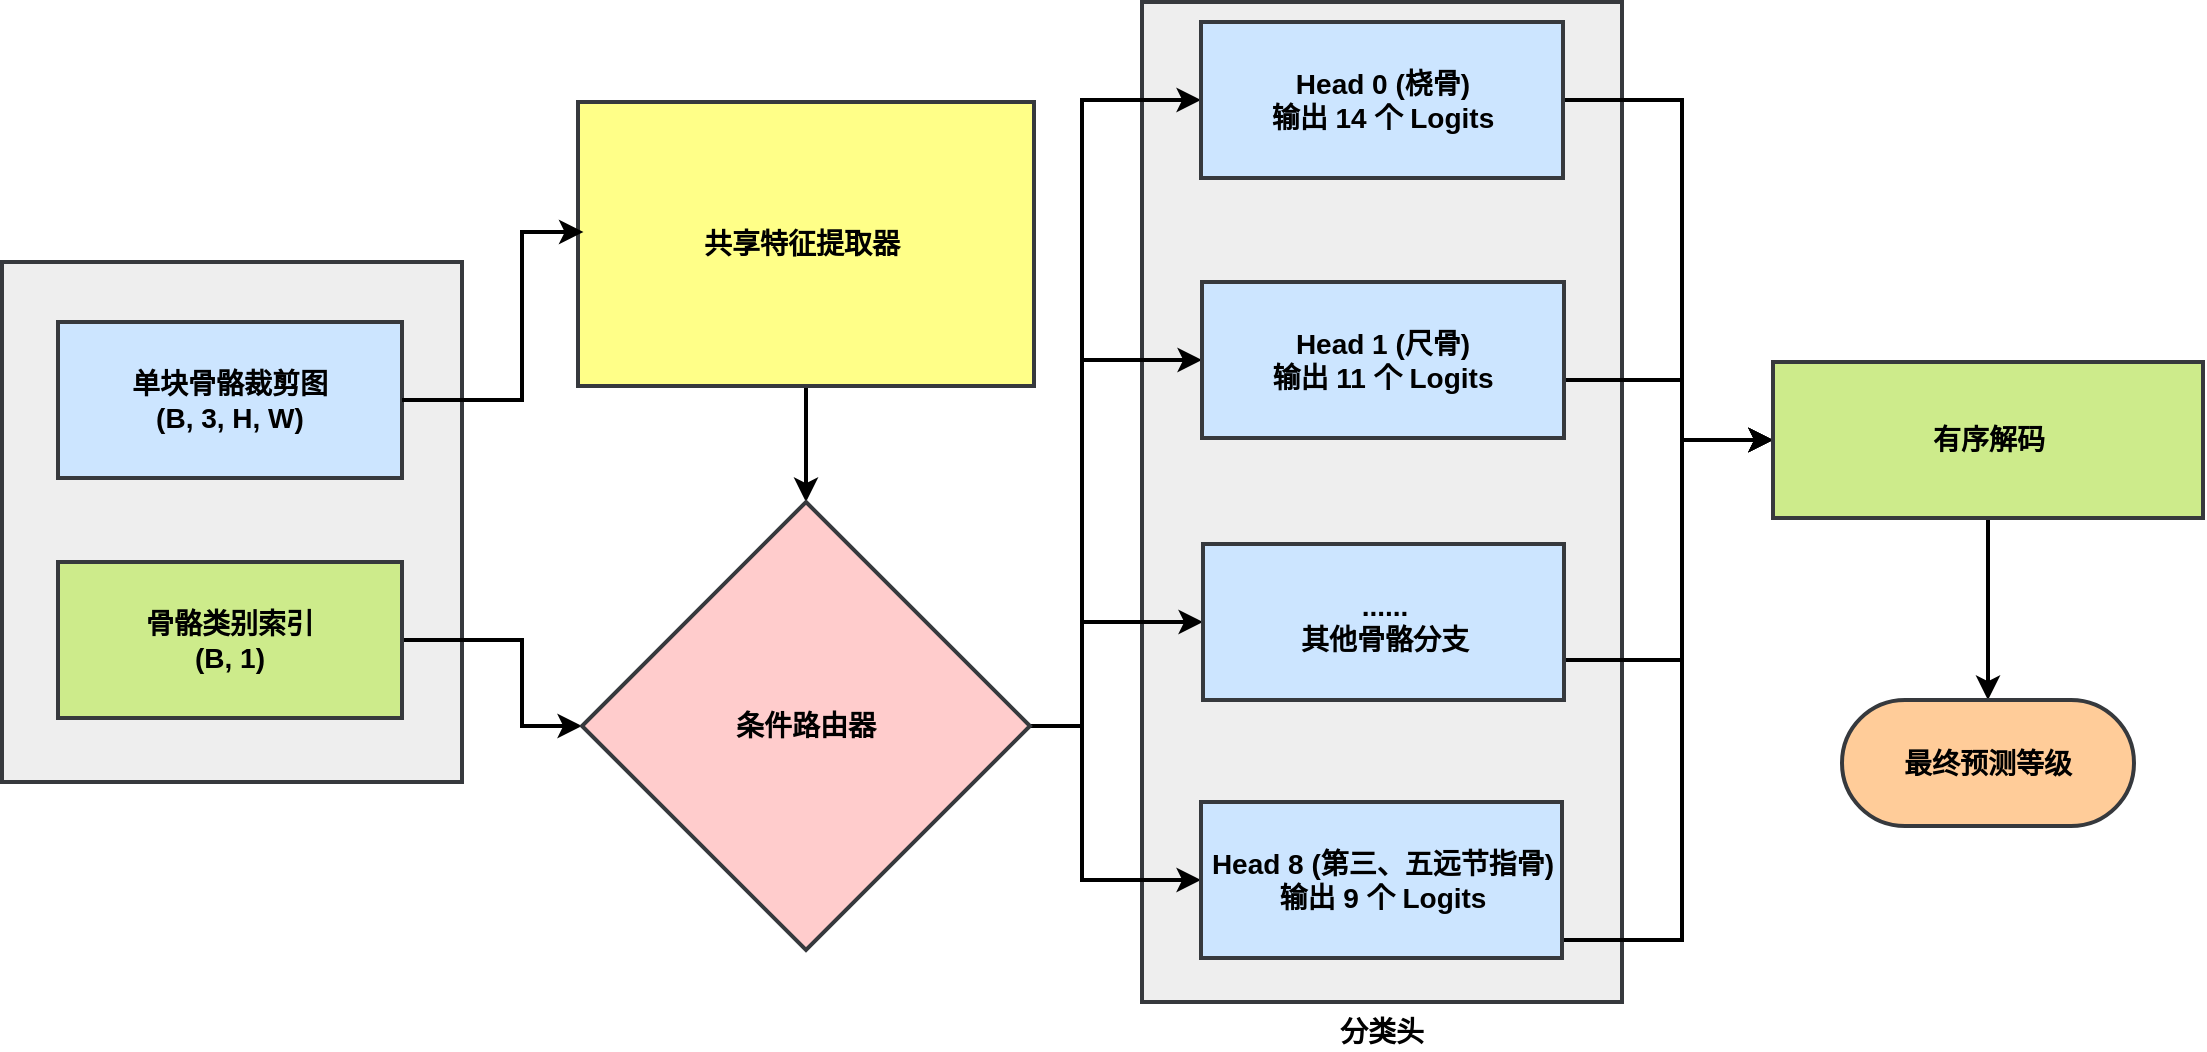
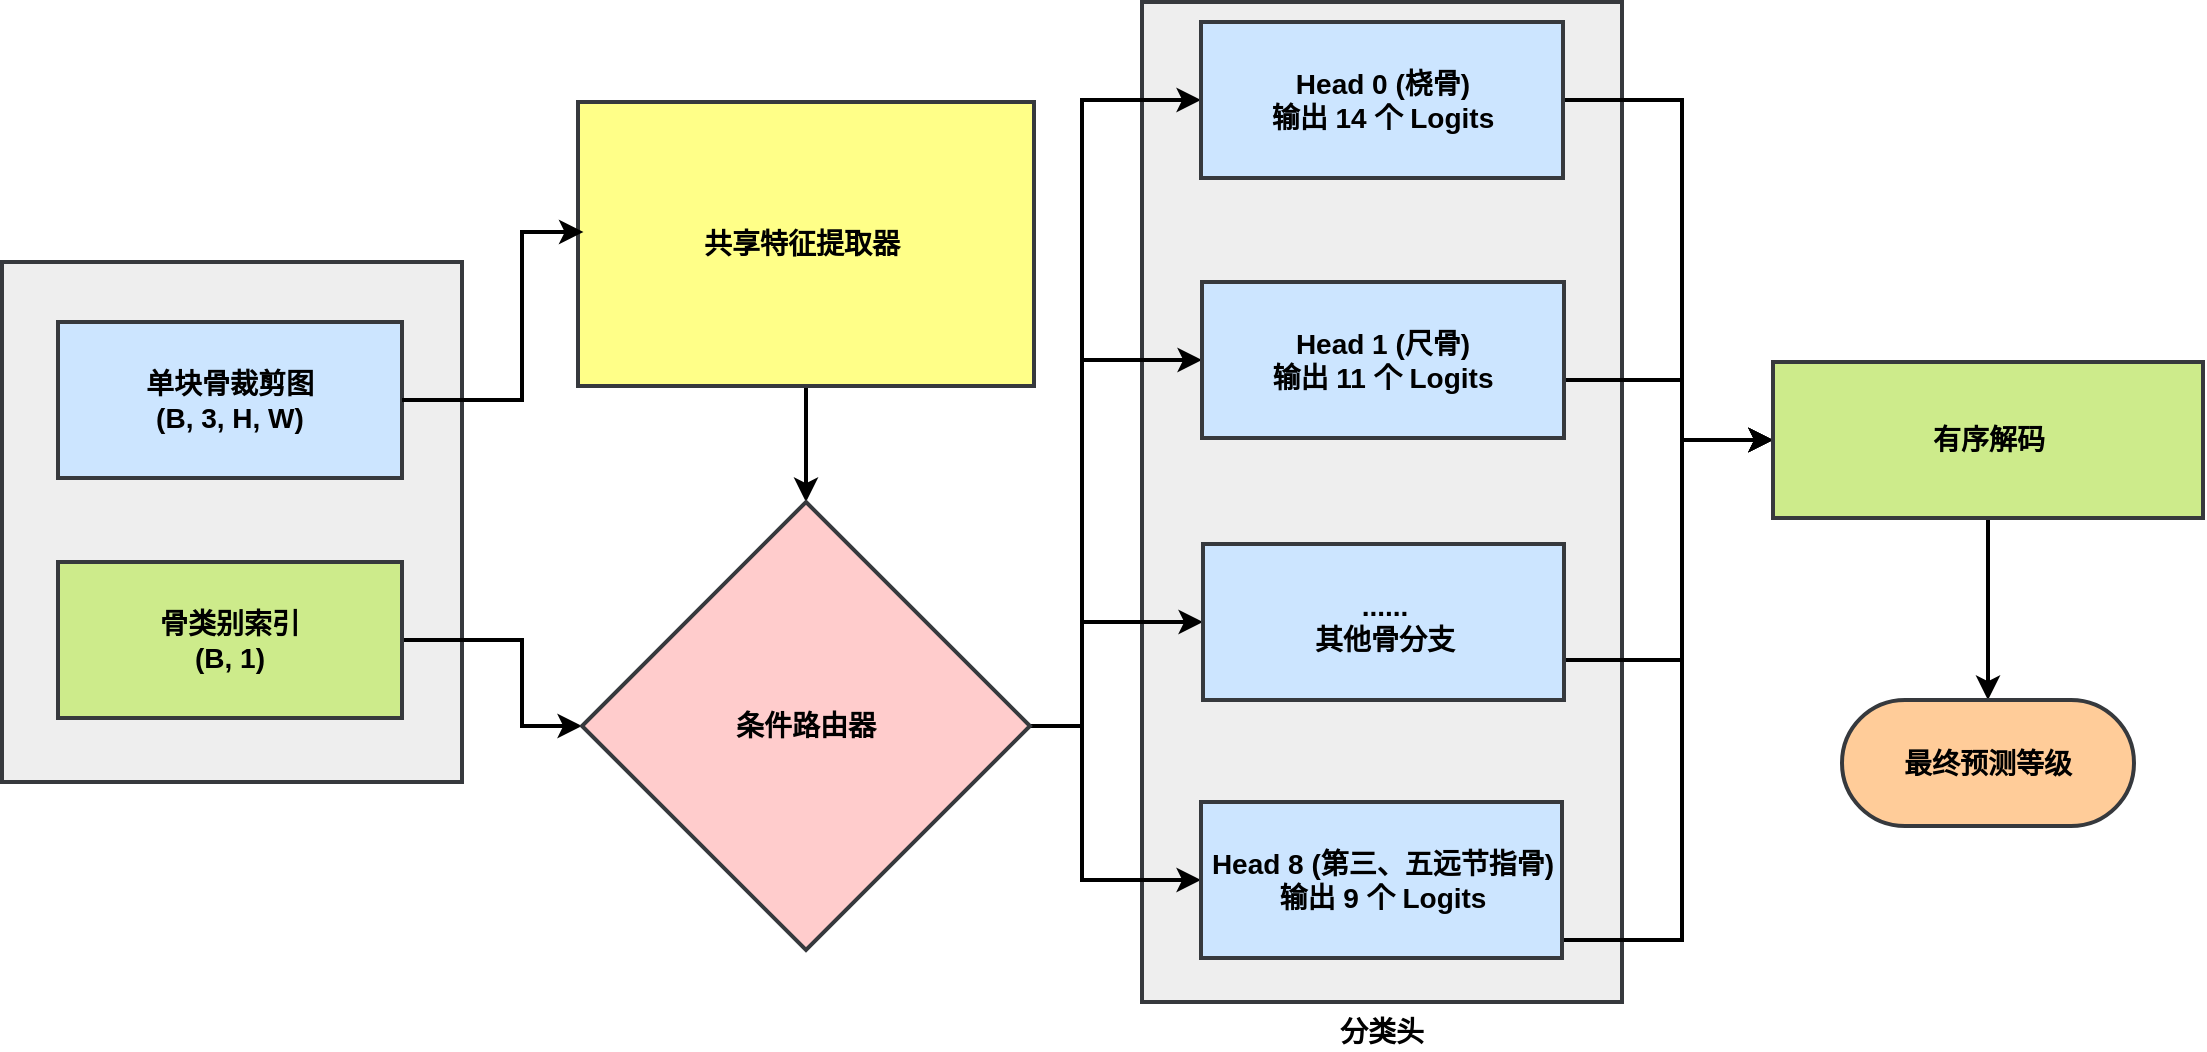
<mxfile host="app.diagrams.net" agent="Mozilla/5.0 (Windows NT 10.0; Win64; x64) AppleWebKit/537.36 (KHTML, like Gecko) Chrome/145.0.0.0 Safari/537.36 Edg/145.0.0.0">
  <diagram name="第 1 页" id="wNQ6skVG3uv7TqfgMKrN">
    <mxGraphModel dx="2008" dy="1148" grid="1" gridSize="10" guides="1" tooltips="1" connect="1" arrows="1" fold="1" page="1" pageScale="1" pageWidth="827" pageHeight="1169" math="0" shadow="0">
      <root>
        <mxCell id="0" />
        <mxCell id="1" parent="0" />
        <mxCell id="AShD6QDHyPjso4tdWyBt-2" parent="1" style="whiteSpace=wrap;strokeWidth=2;fillColor=#eeeeee;strokeColor=#36393d;fontSize=14;fontStyle=1;labelPosition=center;verticalLabelPosition=bottom;align=center;verticalAlign=top;" value="分类头" vertex="1">
          <mxGeometry height="500" width="240" x="850" y="820" as="geometry" />
        </mxCell>
        <mxCell id="AShD6QDHyPjso4tdWyBt-3" parent="1" style="whiteSpace=wrap;strokeWidth=2;fillColor=#eeeeee;strokeColor=#36393d;" value="" vertex="1">
          <mxGeometry height="260" width="230" x="280" y="950" as="geometry" />
        </mxCell>
-         <mxCell id="AShD6QDHyPjso4tdWyBt-4" parent="1" style="whiteSpace=wrap;strokeWidth=2;fillColor=#cce5ff;strokeColor=#36393d;fontStyle=1;fontSize=14;" value="单块骨骼裁剪图&#xa;(B, 3, H, W)" vertex="1">
+         <mxCell id="AShD6QDHyPjso4tdWyBt-4" parent="1" style="whiteSpace=wrap;strokeWidth=2;fillColor=#cce5ff;strokeColor=#36393d;fontStyle=1;fontSize=14;" value="单块骨裁剪图&#xa;(B, 3, H, W)" vertex="1">
          <mxGeometry height="78" width="172" x="308" y="980" as="geometry" />
        </mxCell>
        <mxCell id="AShD6QDHyPjso4tdWyBt-36" edge="1" parent="1" source="AShD6QDHyPjso4tdWyBt-5" style="edgeStyle=orthogonalEdgeStyle;rounded=0;orthogonalLoop=1;jettySize=auto;html=1;entryX=0;entryY=0.5;entryDx=0;entryDy=0;strokeWidth=2;" target="AShD6QDHyPjso4tdWyBt-7">
          <mxGeometry relative="1" as="geometry">
            <Array as="points">
              <mxPoint x="540" y="1139" />
              <mxPoint x="540" y="1182" />
            </Array>
          </mxGeometry>
        </mxCell>
-         <mxCell id="AShD6QDHyPjso4tdWyBt-5" parent="1" style="whiteSpace=wrap;strokeWidth=2;fillColor=#cdeb8b;strokeColor=#36393d;fontSize=14;fontStyle=1" value="骨骼类别索引&#xa;(B, 1)" vertex="1">
+         <mxCell id="AShD6QDHyPjso4tdWyBt-5" parent="1" style="whiteSpace=wrap;strokeWidth=2;fillColor=#cdeb8b;strokeColor=#36393d;fontSize=14;fontStyle=1" value="骨类别索引&#xa;(B, 1)" vertex="1">
          <mxGeometry height="78" width="172" x="308" y="1100" as="geometry" />
        </mxCell>
        <mxCell id="AShD6QDHyPjso4tdWyBt-37" edge="1" parent="1" source="AShD6QDHyPjso4tdWyBt-6" style="edgeStyle=orthogonalEdgeStyle;rounded=0;orthogonalLoop=1;jettySize=auto;html=1;exitX=0.5;exitY=1;exitDx=0;exitDy=0;entryX=0.5;entryY=0;entryDx=0;entryDy=0;strokeWidth=2;" target="AShD6QDHyPjso4tdWyBt-7">
          <mxGeometry relative="1" as="geometry" />
        </mxCell>
        <mxCell id="AShD6QDHyPjso4tdWyBt-6" parent="1" style="whiteSpace=wrap;strokeWidth=2;fontStyle=1;fontSize=14;fillColor=#ffff88;strokeColor=#36393d;" value="共享特征提取器 " vertex="1">
          <mxGeometry height="142" width="228" x="568" y="870" as="geometry" />
        </mxCell>
        <mxCell id="AShD6QDHyPjso4tdWyBt-38" edge="1" parent="1" source="AShD6QDHyPjso4tdWyBt-7" style="edgeStyle=orthogonalEdgeStyle;rounded=0;orthogonalLoop=1;jettySize=auto;html=1;exitX=1;exitY=0.5;exitDx=0;exitDy=0;entryX=0;entryY=0.5;entryDx=0;entryDy=0;strokeWidth=2;" target="AShD6QDHyPjso4tdWyBt-8">
          <mxGeometry relative="1" as="geometry">
            <Array as="points">
              <mxPoint x="820" y="1182" />
              <mxPoint x="820" y="869" />
            </Array>
          </mxGeometry>
        </mxCell>
        <mxCell id="AShD6QDHyPjso4tdWyBt-39" edge="1" parent="1" source="AShD6QDHyPjso4tdWyBt-7" style="edgeStyle=orthogonalEdgeStyle;rounded=0;orthogonalLoop=1;jettySize=auto;html=1;exitX=1;exitY=0.5;exitDx=0;exitDy=0;entryX=0;entryY=0.5;entryDx=0;entryDy=0;strokeWidth=2;" target="AShD6QDHyPjso4tdWyBt-9">
          <mxGeometry relative="1" as="geometry">
            <Array as="points">
              <mxPoint x="820" y="1182" />
              <mxPoint x="820" y="999" />
            </Array>
          </mxGeometry>
        </mxCell>
        <mxCell id="AShD6QDHyPjso4tdWyBt-40" edge="1" parent="1" source="AShD6QDHyPjso4tdWyBt-7" style="edgeStyle=orthogonalEdgeStyle;rounded=0;orthogonalLoop=1;jettySize=auto;html=1;exitX=1;exitY=0.5;exitDx=0;exitDy=0;entryX=0;entryY=0.5;entryDx=0;entryDy=0;strokeWidth=2;" target="AShD6QDHyPjso4tdWyBt-10">
          <mxGeometry relative="1" as="geometry">
            <Array as="points">
              <mxPoint x="820" y="1182" />
              <mxPoint x="820" y="1130" />
            </Array>
          </mxGeometry>
        </mxCell>
        <mxCell id="AShD6QDHyPjso4tdWyBt-41" edge="1" parent="1" source="AShD6QDHyPjso4tdWyBt-7" style="edgeStyle=orthogonalEdgeStyle;rounded=0;orthogonalLoop=1;jettySize=auto;html=1;exitX=1;exitY=0.5;exitDx=0;exitDy=0;entryX=0;entryY=0.5;entryDx=0;entryDy=0;strokeWidth=2;" target="AShD6QDHyPjso4tdWyBt-11">
          <mxGeometry relative="1" as="geometry">
            <Array as="points">
              <mxPoint x="820" y="1182" />
              <mxPoint x="820" y="1259" />
            </Array>
          </mxGeometry>
        </mxCell>
        <mxCell id="AShD6QDHyPjso4tdWyBt-7" parent="1" style="rhombus;strokeWidth=2;whiteSpace=wrap;fontStyle=1;fontSize=14;fillColor=#ffcccc;strokeColor=#36393d;" value="条件路由器" vertex="1">
          <mxGeometry height="224" width="224" x="570" y="1070" as="geometry" />
        </mxCell>
        <mxCell id="AShD6QDHyPjso4tdWyBt-26" edge="1" parent="1" source="AShD6QDHyPjso4tdWyBt-8" style="edgeStyle=orthogonalEdgeStyle;rounded=0;orthogonalLoop=1;jettySize=auto;html=1;entryX=0;entryY=0.5;entryDx=0;entryDy=0;strokeWidth=2;" target="AShD6QDHyPjso4tdWyBt-12">
          <mxGeometry relative="1" as="geometry">
            <Array as="points">
              <mxPoint x="1120" y="869" />
              <mxPoint x="1120" y="1039" />
            </Array>
          </mxGeometry>
        </mxCell>
        <mxCell id="AShD6QDHyPjso4tdWyBt-8" parent="1" style="whiteSpace=wrap;strokeWidth=2;fontStyle=1;fontSize=14;fillColor=#cce5ff;strokeColor=#36393d;" value="Head 0 (桡骨)&#xa;输出 14 个 Logits" vertex="1">
          <mxGeometry height="78" width="181" x="879.5" y="830" as="geometry" />
        </mxCell>
        <mxCell id="AShD6QDHyPjso4tdWyBt-27" edge="1" parent="1" source="AShD6QDHyPjso4tdWyBt-9" style="edgeStyle=orthogonalEdgeStyle;rounded=0;orthogonalLoop=1;jettySize=auto;html=1;entryX=0;entryY=0.5;entryDx=0;entryDy=0;strokeWidth=2;" target="AShD6QDHyPjso4tdWyBt-12">
          <mxGeometry relative="1" as="geometry">
            <Array as="points">
              <mxPoint x="1120" y="1009" />
              <mxPoint x="1120" y="1039" />
            </Array>
          </mxGeometry>
        </mxCell>
        <mxCell id="AShD6QDHyPjso4tdWyBt-9" parent="1" style="whiteSpace=wrap;strokeWidth=2;fontStyle=1;fontSize=14;fillColor=#cce5ff;strokeColor=#36393d;" value="Head 1 (尺骨)&#xa;输出 11 个 Logits" vertex="1">
          <mxGeometry height="78" width="181" x="880" y="960" as="geometry" />
        </mxCell>
        <mxCell id="AShD6QDHyPjso4tdWyBt-31" edge="1" parent="1" source="AShD6QDHyPjso4tdWyBt-10" style="edgeStyle=orthogonalEdgeStyle;rounded=0;orthogonalLoop=1;jettySize=auto;html=1;exitX=1;exitY=0.5;exitDx=0;exitDy=0;entryX=0;entryY=0.5;entryDx=0;entryDy=0;strokeWidth=2;" target="AShD6QDHyPjso4tdWyBt-12">
          <mxGeometry relative="1" as="geometry">
            <Array as="points">
              <mxPoint x="1120" y="1149" />
              <mxPoint x="1120" y="1039" />
            </Array>
          </mxGeometry>
        </mxCell>
-         <mxCell id="AShD6QDHyPjso4tdWyBt-10" parent="1" style="whiteSpace=wrap;strokeWidth=2;fontStyle=1;fontSize=14;fillColor=#cce5ff;strokeColor=#36393d;" value="......&#xa;其他骨骼分支" vertex="1">
+         <mxCell id="AShD6QDHyPjso4tdWyBt-10" parent="1" style="whiteSpace=wrap;strokeWidth=2;fontStyle=1;fontSize=14;fillColor=#cce5ff;strokeColor=#36393d;" value="......&#xa;其他骨分支" vertex="1">
          <mxGeometry height="78" width="180.5" x="880.5" y="1091" as="geometry" />
        </mxCell>
        <mxCell id="AShD6QDHyPjso4tdWyBt-34" edge="1" parent="1" source="AShD6QDHyPjso4tdWyBt-11" style="edgeStyle=orthogonalEdgeStyle;rounded=0;orthogonalLoop=1;jettySize=auto;html=1;exitX=1;exitY=0.5;exitDx=0;exitDy=0;entryX=0;entryY=0.5;entryDx=0;entryDy=0;strokeWidth=2;" target="AShD6QDHyPjso4tdWyBt-12">
          <mxGeometry relative="1" as="geometry">
            <Array as="points">
              <mxPoint x="1120" y="1289" />
              <mxPoint x="1120" y="1039" />
            </Array>
          </mxGeometry>
        </mxCell>
        <mxCell id="AShD6QDHyPjso4tdWyBt-11" parent="1" style="whiteSpace=wrap;strokeWidth=2;fontStyle=1;fontSize=14;fillColor=#cce5ff;strokeColor=#36393d;" value="Head 8 (第三、五远节指骨)&#xa;输出 9 个 Logits" vertex="1">
          <mxGeometry height="78" width="180.5" x="879.5" y="1220" as="geometry" />
        </mxCell>
        <mxCell id="AShD6QDHyPjso4tdWyBt-25" edge="1" parent="1" source="AShD6QDHyPjso4tdWyBt-12" style="edgeStyle=orthogonalEdgeStyle;rounded=0;orthogonalLoop=1;jettySize=auto;html=1;exitX=0.5;exitY=1;exitDx=0;exitDy=0;strokeWidth=2;" target="AShD6QDHyPjso4tdWyBt-13">
          <mxGeometry relative="1" as="geometry" />
        </mxCell>
        <mxCell id="AShD6QDHyPjso4tdWyBt-12" parent="1" style="whiteSpace=wrap;strokeWidth=2;fontStyle=1;fontSize=14;fillColor=#cdeb8b;strokeColor=#36393d;" value="有序解码" vertex="1">
          <mxGeometry height="78" width="215" x="1165.5" y="1000" as="geometry" />
        </mxCell>
        <mxCell id="AShD6QDHyPjso4tdWyBt-13" parent="1" style="rounded=1;whiteSpace=wrap;arcSize=50;strokeWidth=2;fontStyle=1;fontSize=14;fillColor=#ffcc99;strokeColor=#36393d;" value="最终预测等级" vertex="1">
          <mxGeometry height="63" width="146" x="1200" y="1169" as="geometry" />
        </mxCell>
        <mxCell id="AShD6QDHyPjso4tdWyBt-35" edge="1" parent="1" source="AShD6QDHyPjso4tdWyBt-4" style="edgeStyle=orthogonalEdgeStyle;rounded=0;orthogonalLoop=1;jettySize=auto;html=1;exitX=1;exitY=0.5;exitDx=0;exitDy=0;entryX=0.012;entryY=0.458;entryDx=0;entryDy=0;entryPerimeter=0;strokeWidth=2;" target="AShD6QDHyPjso4tdWyBt-6">
          <mxGeometry relative="1" as="geometry">
            <Array as="points">
              <mxPoint x="540" y="1019" />
              <mxPoint x="540" y="935" />
            </Array>
          </mxGeometry>
        </mxCell>
      </root>
    </mxGraphModel>
  </diagram>
</mxfile>
